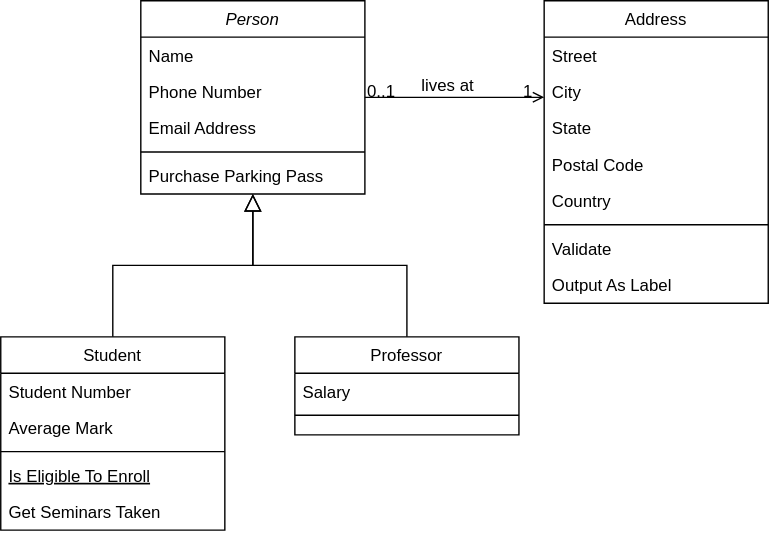
This is shipping/ShipmentSchema.svg from eda-ecommerce/asyncapi, a draw.io export, as it was before one commit. Source tidied: cells renumbered, new cells last; positions are measured from the earlier drawing's top-left corner, leaving out a move shared by most shapes. Its diagram source:
```xml
<mxGraphModel>
  <root>
    <mxCell id="0" />
    <mxCell id="1" parent="0" />
    <mxCell id="2" value="Person" style="swimlane;fontStyle=2;align=center;verticalAlign=top;horizontal=1;startSize=26;rounded=0;shadow=0;strokeWidth=1;" parent="1" vertex="1">
      <mxGeometry x="100" width="160" height="138" as="geometry" />
    </mxCell>
    <mxCell id="3" value="Name" style="text;align=left;verticalAlign=top;spacingLeft=4;spacingRight=4;overflow=hidden;" parent="2" vertex="1">
      <mxGeometry y="26" width="160" height="26" as="geometry" />
    </mxCell>
    <mxCell id="4" value="Phone Number" style="text;align=left;verticalAlign=top;spacingLeft=4;spacingRight=4;overflow=hidden;rounded=0;shadow=0;html=0;" parent="2" vertex="1">
      <mxGeometry y="52" width="160" height="26" as="geometry" />
    </mxCell>
    <mxCell id="5" value="Email Address" style="text;align=left;verticalAlign=top;spacingLeft=4;spacingRight=4;overflow=hidden;rounded=0;shadow=0;html=0;" parent="2" vertex="1">
      <mxGeometry y="78" width="160" height="26" as="geometry" />
    </mxCell>
    <mxCell id="6" style="line;html=1;strokeWidth=1;align=left;verticalAlign=middle;spacingTop=-1;spacingLeft=3;spacingRight=3;labelPosition=right;" parent="2" vertex="1">
      <mxGeometry y="104" width="160" height="8" as="geometry" />
    </mxCell>
    <mxCell id="7" value="Purchase Parking Pass" style="text;align=left;verticalAlign=top;spacingLeft=4;spacingRight=4;overflow=hidden;" parent="2" vertex="1">
      <mxGeometry y="112" width="160" height="26" as="geometry" />
    </mxCell>
    <mxCell id="8" value="Student" style="swimlane;fontStyle=0;align=center;verticalAlign=top;horizontal=1;startSize=26;rounded=0;shadow=0;strokeWidth=1;" parent="1" vertex="1">
      <mxGeometry y="240" width="160" height="138" as="geometry" />
    </mxCell>
    <mxCell id="9" value="Student Number" style="text;align=left;verticalAlign=top;spacingLeft=4;spacingRight=4;overflow=hidden;" parent="8" vertex="1">
      <mxGeometry y="26" width="160" height="26" as="geometry" />
    </mxCell>
    <mxCell id="10" value="Average Mark" style="text;align=left;verticalAlign=top;spacingLeft=4;spacingRight=4;overflow=hidden;rounded=0;shadow=0;html=0;" parent="8" vertex="1">
      <mxGeometry y="52" width="160" height="26" as="geometry" />
    </mxCell>
    <mxCell id="11" style="line;html=1;strokeWidth=1;align=left;verticalAlign=middle;spacingTop=-1;spacingLeft=3;spacingRight=3;labelPosition=right;" parent="8" vertex="1">
      <mxGeometry y="78" width="160" height="8" as="geometry" />
    </mxCell>
    <mxCell id="12" value="Is Eligible To Enroll" style="text;align=left;verticalAlign=top;spacingLeft=4;spacingRight=4;overflow=hidden;fontStyle=4;" parent="8" vertex="1">
      <mxGeometry y="86" width="160" height="26" as="geometry" />
    </mxCell>
    <mxCell id="13" value="Get Seminars Taken" style="text;align=left;verticalAlign=top;spacingLeft=4;spacingRight=4;overflow=hidden;" parent="8" vertex="1">
      <mxGeometry y="112" width="160" height="26" as="geometry" />
    </mxCell>
    <mxCell id="14" style="endArrow=block;endSize=10;endFill=0;shadow=0;strokeWidth=1;rounded=0;curved=0;edgeStyle=elbowEdgeStyle;elbow=vertical;" parent="1" edge="1" source="8" target="2">
      <mxGeometry relative="1" as="geometry" />
    </mxCell>
    <mxCell id="15" value="Professor" style="swimlane;fontStyle=0;align=center;verticalAlign=top;horizontal=1;startSize=26;rounded=0;shadow=0;strokeWidth=1;" parent="1" vertex="1">
      <mxGeometry x="210" y="240" width="160" height="70" as="geometry" />
    </mxCell>
    <mxCell id="16" value="Salary" style="text;align=left;verticalAlign=top;spacingLeft=4;spacingRight=4;overflow=hidden;" parent="15" vertex="1">
      <mxGeometry y="26" width="160" height="26" as="geometry" />
    </mxCell>
    <mxCell id="17" style="line;html=1;strokeWidth=1;align=left;verticalAlign=middle;spacingTop=-1;spacingLeft=3;spacingRight=3;labelPosition=right;" parent="15" vertex="1">
      <mxGeometry y="52" width="160" height="8" as="geometry" />
    </mxCell>
    <mxCell id="18" style="endArrow=block;endSize=10;endFill=0;shadow=0;strokeWidth=1;rounded=0;curved=0;edgeStyle=elbowEdgeStyle;elbow=vertical;" parent="1" edge="1" source="15" target="2">
      <mxGeometry relative="1" as="geometry" />
    </mxCell>
    <mxCell id="19" value="Address" style="swimlane;fontStyle=0;align=center;verticalAlign=top;horizontal=1;startSize=26;rounded=0;shadow=0;strokeWidth=1;" parent="1" vertex="1">
      <mxGeometry x="388" width="160" height="216" as="geometry" />
    </mxCell>
    <mxCell id="20" value="Street" style="text;align=left;verticalAlign=top;spacingLeft=4;spacingRight=4;overflow=hidden;" parent="19" vertex="1">
      <mxGeometry y="26" width="160" height="26" as="geometry" />
    </mxCell>
    <mxCell id="21" value="City" style="text;align=left;verticalAlign=top;spacingLeft=4;spacingRight=4;overflow=hidden;rounded=0;shadow=0;html=0;" parent="19" vertex="1">
      <mxGeometry y="52" width="160" height="26" as="geometry" />
    </mxCell>
    <mxCell id="22" value="State" style="text;align=left;verticalAlign=top;spacingLeft=4;spacingRight=4;overflow=hidden;rounded=0;shadow=0;html=0;" parent="19" vertex="1">
      <mxGeometry y="78" width="160" height="26" as="geometry" />
    </mxCell>
    <mxCell id="23" value="Postal Code" style="text;align=left;verticalAlign=top;spacingLeft=4;spacingRight=4;overflow=hidden;rounded=0;shadow=0;html=0;" parent="19" vertex="1">
      <mxGeometry y="104" width="160" height="26" as="geometry" />
    </mxCell>
    <mxCell id="24" value="Country" style="text;align=left;verticalAlign=top;spacingLeft=4;spacingRight=4;overflow=hidden;rounded=0;shadow=0;html=0;" parent="19" vertex="1">
      <mxGeometry y="130" width="160" height="26" as="geometry" />
    </mxCell>
    <mxCell id="25" style="line;html=1;strokeWidth=1;align=left;verticalAlign=middle;spacingTop=-1;spacingLeft=3;spacingRight=3;labelPosition=right;" parent="19" vertex="1">
      <mxGeometry y="156" width="160" height="8" as="geometry" />
    </mxCell>
    <mxCell id="26" value="Validate" style="text;align=left;verticalAlign=top;spacingLeft=4;spacingRight=4;overflow=hidden;" parent="19" vertex="1">
      <mxGeometry y="164" width="160" height="26" as="geometry" />
    </mxCell>
    <mxCell id="27" value="Output As Label" style="text;align=left;verticalAlign=top;spacingLeft=4;spacingRight=4;overflow=hidden;" parent="19" vertex="1">
      <mxGeometry y="190" width="160" height="26" as="geometry" />
    </mxCell>
    <mxCell id="28" style="endArrow=open;shadow=0;strokeWidth=1;rounded=0;curved=0;endFill=1;edgeStyle=elbowEdgeStyle;elbow=vertical;" parent="1" edge="1" source="2" target="19">
      <mxGeometry x="0.5" y="41" relative="1" as="geometry">
        <mxPoint x="-40" y="32" as="offset" />
      </mxGeometry>
    </mxCell>
    <mxCell id="29" value="0..1" style="align=left;verticalAlign=bottom;labelBackgroundColor=none;fontSize=12;" parent="28" vertex="1">
      <mxGeometry x="-1" relative="1" as="geometry">
        <mxPoint y="4" as="offset" />
      </mxGeometry>
    </mxCell>
    <mxCell id="30" value="1" style="align=right;verticalAlign=bottom;labelBackgroundColor=none;fontSize=12;" parent="28" vertex="1">
      <mxGeometry x="1" relative="1" as="geometry">
        <mxPoint x="-7" y="4" as="offset" />
      </mxGeometry>
    </mxCell>
    <mxCell id="31" value="lives at" style="text;html=1;align=center;verticalAlign=middle;labelBackgroundColor=none;rounded=0;shadow=0;strokeWidth=1;fontSize=12;" parent="28" vertex="1">
      <mxGeometry x="0.5" y="49" relative="1" as="geometry">
        <mxPoint x="-38" y="40" as="offset" />
      </mxGeometry>
    </mxCell>
  </root>
</mxGraphModel>
```
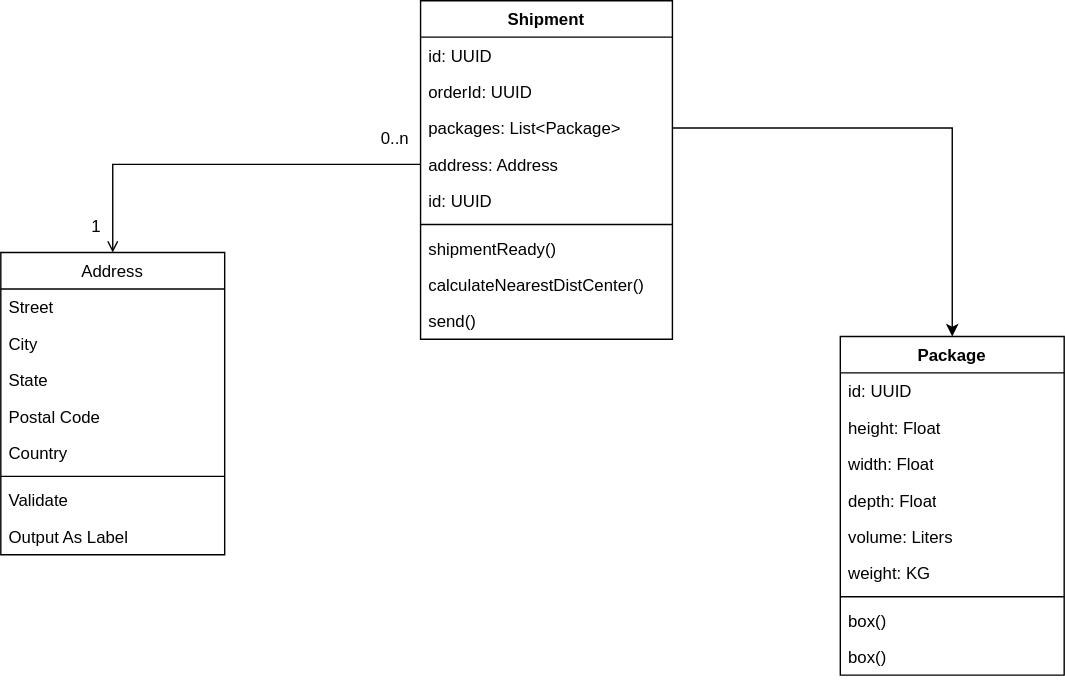
After the commit.

Change to the diagram source:
```diff
@@ -2,57 +2,6 @@
   <root>
     <mxCell id="0" />
     <mxCell id="1" parent="0" />
-    <mxCell id="2" value="Person" style="swimlane;fontStyle=2;align=center;verticalAlign=top;horizontal=1;startSize=26;rounded=0;shadow=0;strokeWidth=1;" parent="1" vertex="1">
-      <mxGeometry x="100" width="160" height="138" as="geometry" />
-    </mxCell>
-    <mxCell id="3" value="Name" style="text;align=left;verticalAlign=top;spacingLeft=4;spacingRight=4;overflow=hidden;" parent="2" vertex="1">
-      <mxGeometry y="26" width="160" height="26" as="geometry" />
-    </mxCell>
-    <mxCell id="4" value="Phone Number" style="text;align=left;verticalAlign=top;spacingLeft=4;spacingRight=4;overflow=hidden;rounded=0;shadow=0;html=0;" parent="2" vertex="1">
-      <mxGeometry y="52" width="160" height="26" as="geometry" />
-    </mxCell>
-    <mxCell id="5" value="Email Address" style="text;align=left;verticalAlign=top;spacingLeft=4;spacingRight=4;overflow=hidden;rounded=0;shadow=0;html=0;" parent="2" vertex="1">
-      <mxGeometry y="78" width="160" height="26" as="geometry" />
-    </mxCell>
-    <mxCell id="6" style="line;html=1;strokeWidth=1;align=left;verticalAlign=middle;spacingTop=-1;spacingLeft=3;spacingRight=3;labelPosition=right;" parent="2" vertex="1">
-      <mxGeometry y="104" width="160" height="8" as="geometry" />
-    </mxCell>
-    <mxCell id="7" value="Purchase Parking Pass" style="text;align=left;verticalAlign=top;spacingLeft=4;spacingRight=4;overflow=hidden;" parent="2" vertex="1">
-      <mxGeometry y="112" width="160" height="26" as="geometry" />
-    </mxCell>
-    <mxCell id="8" value="Student" style="swimlane;fontStyle=0;align=center;verticalAlign=top;horizontal=1;startSize=26;rounded=0;shadow=0;strokeWidth=1;" parent="1" vertex="1">
-      <mxGeometry y="240" width="160" height="138" as="geometry" />
-    </mxCell>
-    <mxCell id="9" value="Student Number" style="text;align=left;verticalAlign=top;spacingLeft=4;spacingRight=4;overflow=hidden;" parent="8" vertex="1">
-      <mxGeometry y="26" width="160" height="26" as="geometry" />
-    </mxCell>
-    <mxCell id="10" value="Average Mark" style="text;align=left;verticalAlign=top;spacingLeft=4;spacingRight=4;overflow=hidden;rounded=0;shadow=0;html=0;" parent="8" vertex="1">
-      <mxGeometry y="52" width="160" height="26" as="geometry" />
-    </mxCell>
-    <mxCell id="11" style="line;html=1;strokeWidth=1;align=left;verticalAlign=middle;spacingTop=-1;spacingLeft=3;spacingRight=3;labelPosition=right;" parent="8" vertex="1">
-      <mxGeometry y="78" width="160" height="8" as="geometry" />
-    </mxCell>
-    <mxCell id="12" value="Is Eligible To Enroll" style="text;align=left;verticalAlign=top;spacingLeft=4;spacingRight=4;overflow=hidden;fontStyle=4;" parent="8" vertex="1">
-      <mxGeometry y="86" width="160" height="26" as="geometry" />
-    </mxCell>
-    <mxCell id="13" value="Get Seminars Taken" style="text;align=left;verticalAlign=top;spacingLeft=4;spacingRight=4;overflow=hidden;" parent="8" vertex="1">
-      <mxGeometry y="112" width="160" height="26" as="geometry" />
-    </mxCell>
-    <mxCell id="14" style="endArrow=block;endSize=10;endFill=0;shadow=0;strokeWidth=1;rounded=0;curved=0;edgeStyle=elbowEdgeStyle;elbow=vertical;" parent="1" edge="1" source="8" target="2">
-      <mxGeometry relative="1" as="geometry" />
-    </mxCell>
-    <mxCell id="15" value="Professor" style="swimlane;fontStyle=0;align=center;verticalAlign=top;horizontal=1;startSize=26;rounded=0;shadow=0;strokeWidth=1;" parent="1" vertex="1">
-      <mxGeometry x="210" y="240" width="160" height="70" as="geometry" />
-    </mxCell>
-    <mxCell id="16" value="Salary" style="text;align=left;verticalAlign=top;spacingLeft=4;spacingRight=4;overflow=hidden;" parent="15" vertex="1">
-      <mxGeometry y="26" width="160" height="26" as="geometry" />
-    </mxCell>
-    <mxCell id="17" style="line;html=1;strokeWidth=1;align=left;verticalAlign=middle;spacingTop=-1;spacingLeft=3;spacingRight=3;labelPosition=right;" parent="15" vertex="1">
-      <mxGeometry y="52" width="160" height="8" as="geometry" />
-    </mxCell>
-    <mxCell id="18" style="endArrow=block;endSize=10;endFill=0;shadow=0;strokeWidth=1;rounded=0;curved=0;edgeStyle=elbowEdgeStyle;elbow=vertical;" parent="1" edge="1" source="15" target="2">
-      <mxGeometry relative="1" as="geometry" />
-    </mxCell>
     <mxCell id="19" value="Address" style="swimlane;fontStyle=0;align=center;verticalAlign=top;horizontal=1;startSize=26;rounded=0;shadow=0;strokeWidth=1;" parent="1" vertex="1">
       <mxGeometry x="388" width="160" height="216" as="geometry" />
     </mxCell>
@@ -80,25 +29,83 @@
     <mxCell id="27" value="Output As Label" style="text;align=left;verticalAlign=top;spacingLeft=4;spacingRight=4;overflow=hidden;" parent="19" vertex="1">
       <mxGeometry y="190" width="160" height="26" as="geometry" />
     </mxCell>
-    <mxCell id="28" style="endArrow=open;shadow=0;strokeWidth=1;rounded=0;curved=0;endFill=1;edgeStyle=elbowEdgeStyle;elbow=vertical;" parent="1" edge="1" source="2" target="19">
+    <mxCell id="28" style="endArrow=open;shadow=0;strokeWidth=1;rounded=0;endFill=1;elbow=vertical;exitX=0;exitY=0.5;exitDx=0;exitDy=0;entryX=0.5;entryY=0;entryDx=0;entryDy=0;edgeStyle=orthogonalEdgeStyle;" parent="1" edge="1" source="47" target="19">
       <mxGeometry x="0.5" y="41" relative="1" as="geometry">
         <mxPoint x="-40" y="32" as="offset" />
       </mxGeometry>
     </mxCell>
-    <mxCell id="29" value="0..1" style="align=left;verticalAlign=bottom;labelBackgroundColor=none;fontSize=12;" parent="28" vertex="1">
+    <mxCell id="29" value="0..n" style="align=left;verticalAlign=bottom;labelBackgroundColor=none;fontSize=12;" parent="28" vertex="1">
       <mxGeometry x="-1" relative="1" as="geometry">
-        <mxPoint y="4" as="offset" />
+        <mxPoint x="-30" y="-10" as="offset" />
       </mxGeometry>
     </mxCell>
     <mxCell id="30" value="1" style="align=right;verticalAlign=bottom;labelBackgroundColor=none;fontSize=12;" parent="28" vertex="1">
       <mxGeometry x="1" relative="1" as="geometry">
-        <mxPoint x="-7" y="4" as="offset" />
+        <mxPoint x="-7" y="-10" as="offset" />
       </mxGeometry>
     </mxCell>
-    <mxCell id="31" value="lives at" style="text;html=1;align=center;verticalAlign=middle;labelBackgroundColor=none;rounded=0;shadow=0;strokeWidth=1;fontSize=12;" parent="28" vertex="1">
-      <mxGeometry x="0.5" y="49" relative="1" as="geometry">
-        <mxPoint x="-38" y="40" as="offset" />
-      </mxGeometry>
-    </mxCell>
+    <mxCell id="32" style="edgeStyle=orthogonalEdgeStyle;rounded=0;jettySize=auto;html=1;exitX=1;exitY=0.5;exitDx=0;exitDy=0;" parent="1" edge="1" source="46" target="33">
+      <mxGeometry relative="1" as="geometry" />
+    </mxCell>
+    <mxCell id="33" value="Package" style="swimlane;fontStyle=1;align=center;verticalAlign=top;horizontal=1;startSize=26;whiteSpace=wrap;html=1;" parent="1" vertex="1">
+      <mxGeometry x="988" y="60" width="160" height="242" as="geometry" />
+    </mxCell>
+    <mxCell id="34" value="id: UUID" style="text;strokeColor=none;fillColor=none;align=left;verticalAlign=top;spacingLeft=4;spacingRight=4;overflow=hidden;whiteSpace=wrap;html=1;" parent="33" vertex="1">
+      <mxGeometry y="26" width="160" height="26" as="geometry" />
+    </mxCell>
+    <mxCell id="35" value="height: Float" style="text;strokeColor=none;fillColor=none;align=left;verticalAlign=top;spacingLeft=4;spacingRight=4;overflow=hidden;whiteSpace=wrap;html=1;" parent="33" vertex="1">
+      <mxGeometry y="52" width="160" height="26" as="geometry" />
+    </mxCell>
+    <mxCell id="36" value="width: Float" style="text;strokeColor=none;fillColor=none;align=left;verticalAlign=top;spacingLeft=4;spacingRight=4;overflow=hidden;whiteSpace=wrap;html=1;" parent="33" vertex="1">
+      <mxGeometry y="78" width="160" height="26" as="geometry" />
+    </mxCell>
+    <mxCell id="37" value="depth: Float" style="text;strokeColor=none;fillColor=none;align=left;verticalAlign=top;spacingLeft=4;spacingRight=4;overflow=hidden;whiteSpace=wrap;html=1;" parent="33" vertex="1">
+      <mxGeometry y="104" width="160" height="26" as="geometry" />
+    </mxCell>
+    <mxCell id="38" value="volume: Liters" style="text;strokeColor=none;fillColor=none;align=left;verticalAlign=top;spacingLeft=4;spacingRight=4;overflow=hidden;whiteSpace=wrap;html=1;" parent="33" vertex="1">
+      <mxGeometry y="130" width="160" height="26" as="geometry" />
+    </mxCell>
+    <mxCell id="39" value="weight: KG" style="text;strokeColor=none;fillColor=none;align=left;verticalAlign=top;spacingLeft=4;spacingRight=4;overflow=hidden;whiteSpace=wrap;html=1;" parent="33" vertex="1">
+      <mxGeometry y="156" width="160" height="26" as="geometry" />
+    </mxCell>
+    <mxCell id="40" style="line;strokeWidth=1;fillColor=none;align=left;verticalAlign=middle;spacingTop=-1;spacingLeft=3;spacingRight=3;labelPosition=right;strokeColor=inherit;" parent="33" vertex="1">
+      <mxGeometry y="182" width="160" height="8" as="geometry" />
+    </mxCell>
+    <mxCell id="41" value="box()" style="text;strokeColor=none;fillColor=none;align=left;verticalAlign=top;spacingLeft=4;spacingRight=4;overflow=hidden;whiteSpace=wrap;html=1;" parent="33" vertex="1">
+      <mxGeometry y="190" width="160" height="26" as="geometry" />
+    </mxCell>
+    <mxCell id="42" value="box()" style="text;strokeColor=none;fillColor=none;align=left;verticalAlign=top;spacingLeft=4;spacingRight=4;overflow=hidden;whiteSpace=wrap;html=1;" parent="33" vertex="1">
+      <mxGeometry y="216" width="160" height="26" as="geometry" />
+    </mxCell>
+    <mxCell id="43" value="Shipment" style="swimlane;fontStyle=1;align=center;verticalAlign=top;horizontal=1;startSize=26;whiteSpace=wrap;html=1;" parent="1" vertex="1">
+      <mxGeometry x="688" y="-180" width="180" height="242" as="geometry" />
+    </mxCell>
+    <mxCell id="44" value="id: UUID" style="text;strokeColor=none;fillColor=none;align=left;verticalAlign=top;spacingLeft=4;spacingRight=4;overflow=hidden;whiteSpace=wrap;html=1;" parent="43" vertex="1">
+      <mxGeometry y="26" width="180" height="26" as="geometry" />
+    </mxCell>
+    <mxCell id="45" value="&lt;div&gt;orderId: UUID&lt;br&gt;&lt;/div&gt;" style="text;strokeColor=none;fillColor=none;align=left;verticalAlign=top;spacingLeft=4;spacingRight=4;overflow=hidden;whiteSpace=wrap;html=1;" parent="43" vertex="1">
+      <mxGeometry y="52" width="180" height="26" as="geometry" />
+    </mxCell>
+    <mxCell id="46" value="packages: List&amp;lt;Package&amp;gt;" style="text;strokeColor=none;fillColor=none;align=left;verticalAlign=top;spacingLeft=4;spacingRight=4;overflow=hidden;points=[[0,0.5],[1,0.5]];portConstraint=eastwest;whiteSpace=wrap;html=1;" parent="43" vertex="1">
+      <mxGeometry y="78" width="180" height="26" as="geometry" />
+    </mxCell>
+    <mxCell id="47" value="address: Address" style="text;strokeColor=none;fillColor=none;align=left;verticalAlign=top;spacingLeft=4;spacingRight=4;overflow=hidden;points=[[0,0.5],[1,0.5]];portConstraint=eastwest;whiteSpace=wrap;html=1;" parent="43" vertex="1">
+      <mxGeometry y="104" width="180" height="26" as="geometry" />
+    </mxCell>
+    <mxCell id="48" value="id: UUID" style="text;strokeColor=none;fillColor=none;align=left;verticalAlign=top;spacingLeft=4;spacingRight=4;overflow=hidden;whiteSpace=wrap;html=1;" parent="43" vertex="1">
+      <mxGeometry y="130" width="180" height="26" as="geometry" />
+    </mxCell>
+    <mxCell id="49" style="line;strokeWidth=1;fillColor=none;align=left;verticalAlign=middle;spacingTop=-1;spacingLeft=3;spacingRight=3;labelPosition=right;strokeColor=inherit;" parent="43" vertex="1">
+      <mxGeometry y="156" width="180" height="8" as="geometry" />
+    </mxCell>
+    <mxCell id="50" value="shipmentReady()" style="text;strokeColor=none;fillColor=none;align=left;verticalAlign=top;spacingLeft=4;spacingRight=4;overflow=hidden;whiteSpace=wrap;html=1;" parent="43" vertex="1">
+      <mxGeometry y="164" width="180" height="26" as="geometry" />
+    </mxCell>
+    <mxCell id="51" value="calculateNearestDistCenter()" style="text;strokeColor=none;fillColor=none;align=left;verticalAlign=top;spacingLeft=4;spacingRight=4;overflow=hidden;whiteSpace=wrap;html=1;" parent="43" vertex="1">
+      <mxGeometry y="190" width="180" height="26" as="geometry" />
+    </mxCell>
+    <mxCell id="52" value="send()" style="text;strokeColor=none;fillColor=none;align=left;verticalAlign=top;spacingLeft=4;spacingRight=4;overflow=hidden;whiteSpace=wrap;html=1;" parent="43" vertex="1">
+      <mxGeometry y="216" width="180" height="26" as="geometry" />
+    </mxCell>
   </root>
 </mxGraphModel>
```
